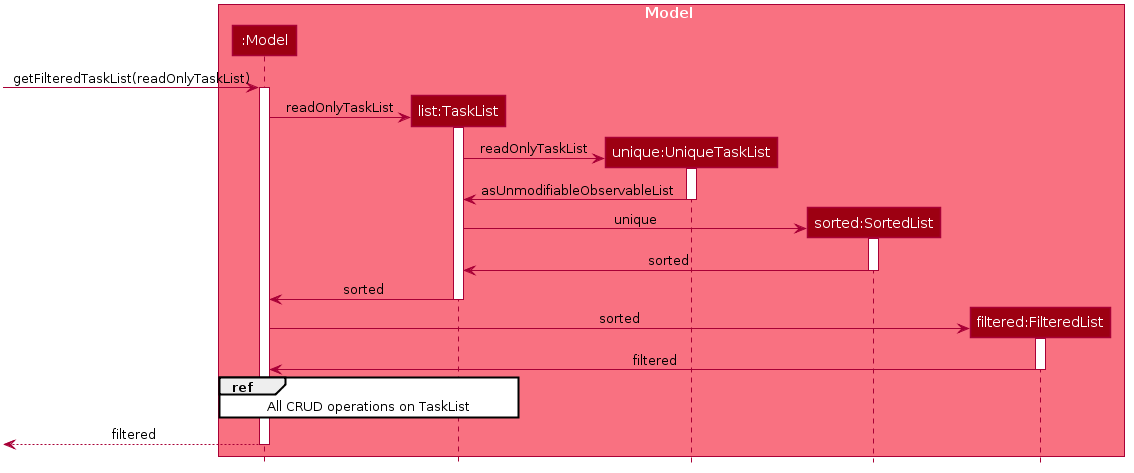
Earlier version of the PlantUML export docs/images/SortInitliazeDiagram.png (nus-cs2103-AY1920S2/addressbook-level3). Source of this version:
```plantuml
@startuml








skinparam BackgroundColor #FFFFFFF

skinparam Shadowing false

skinparam Class {
    FontColor #FFFFFF
    BorderThickness 1
    BorderColor #FFFFFF
    StereotypeFontColor #FFFFFF
    FontName Arial
}

skinparam Actor {
    BorderColor #000000
    Color #000000
    FontName Arial
}

skinparam Sequence {
    MessageAlign center
    BoxFontSize 15
    BoxPadding 0
    BoxFontColor #FFFFFF
    FontName Arial
}

skinparam Participant {
    FontColor #FFFFFFF
    Padding 20
}

skinparam MinClassWidth 50
skinparam ParticipantPadding 10
skinparam Shadowing false
skinparam DefaultTextAlignment center
skinparam packageStyle Rectangle

hide footbox
hide members
hide circle


box Model #F97181
participant ":Model" as Model #9D0012
participant "list:TaskList" as TaskList #9D0012
participant "unique:UniqueTaskList" as UniqueTaskList #9D0012
participant "sorted:SortedList" as SortedList #9D0012
participant "filtered:FilteredList" as FilteredList #9D0012
end box

[-> Model : getFilteredTaskList(readOnlyTaskList)
activate Model

create TaskList
Model -> TaskList: readOnlyTaskList
activate TaskList

create UniqueTaskList
TaskList -> UniqueTaskList: readOnlyTaskList
activate UniqueTaskList

UniqueTaskList -> TaskList: asUnmodifiableObservableList
deactivate UniqueTaskList

create SortedList
TaskList -> SortedList: unique
activate SortedList

SortedList -> TaskList: sorted
deactivate SortedList

TaskList -> Model: sorted
deactivate TaskList

create FilteredList
Model -> FilteredList: sorted
activate FilteredList
FilteredList -> Model: filtered
deactivate FilteredList

ref over Model, TaskList
All CRUD operations on TaskList
end ref


[<--Model: filtered
deactivate Model
@enduml
```
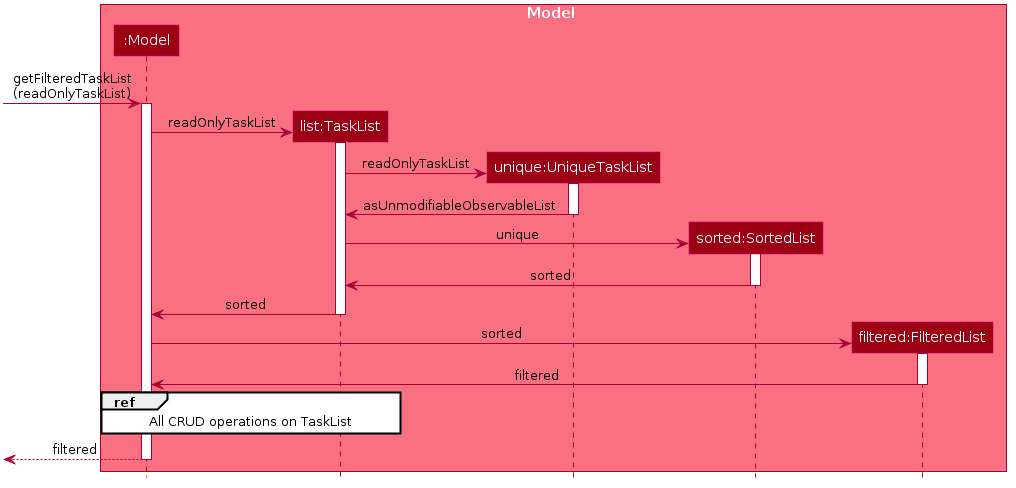
The same file after the commit.

Diff of the diagram source:
```diff
@@ -57,7 +57,7 @@
 participant "filtered:FilteredList" as FilteredList #9D0012
 end box
 
-[-> Model : getFilteredTaskList(readOnlyTaskList)
+[-> Model : getFilteredTaskList\n(readOnlyTaskList)
 activate Model
 
 create TaskList
```
